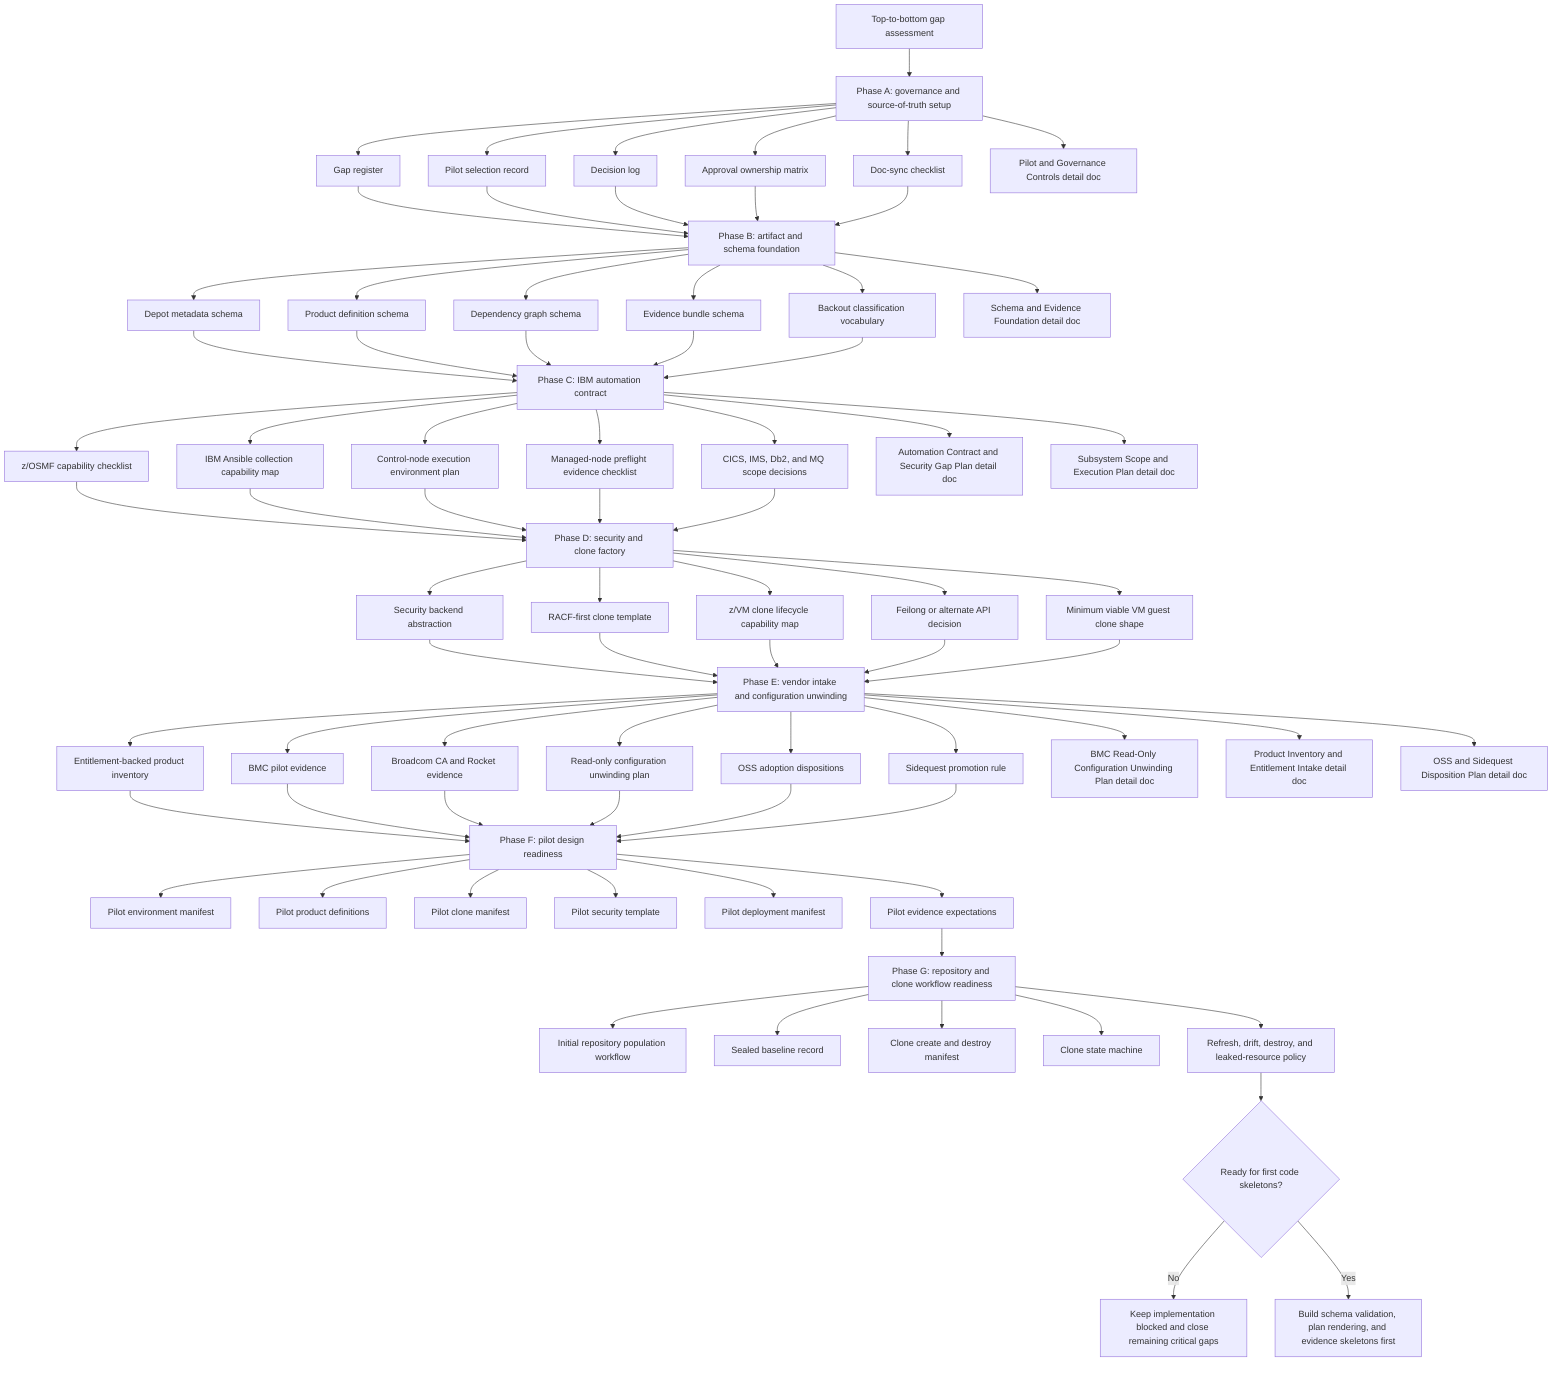
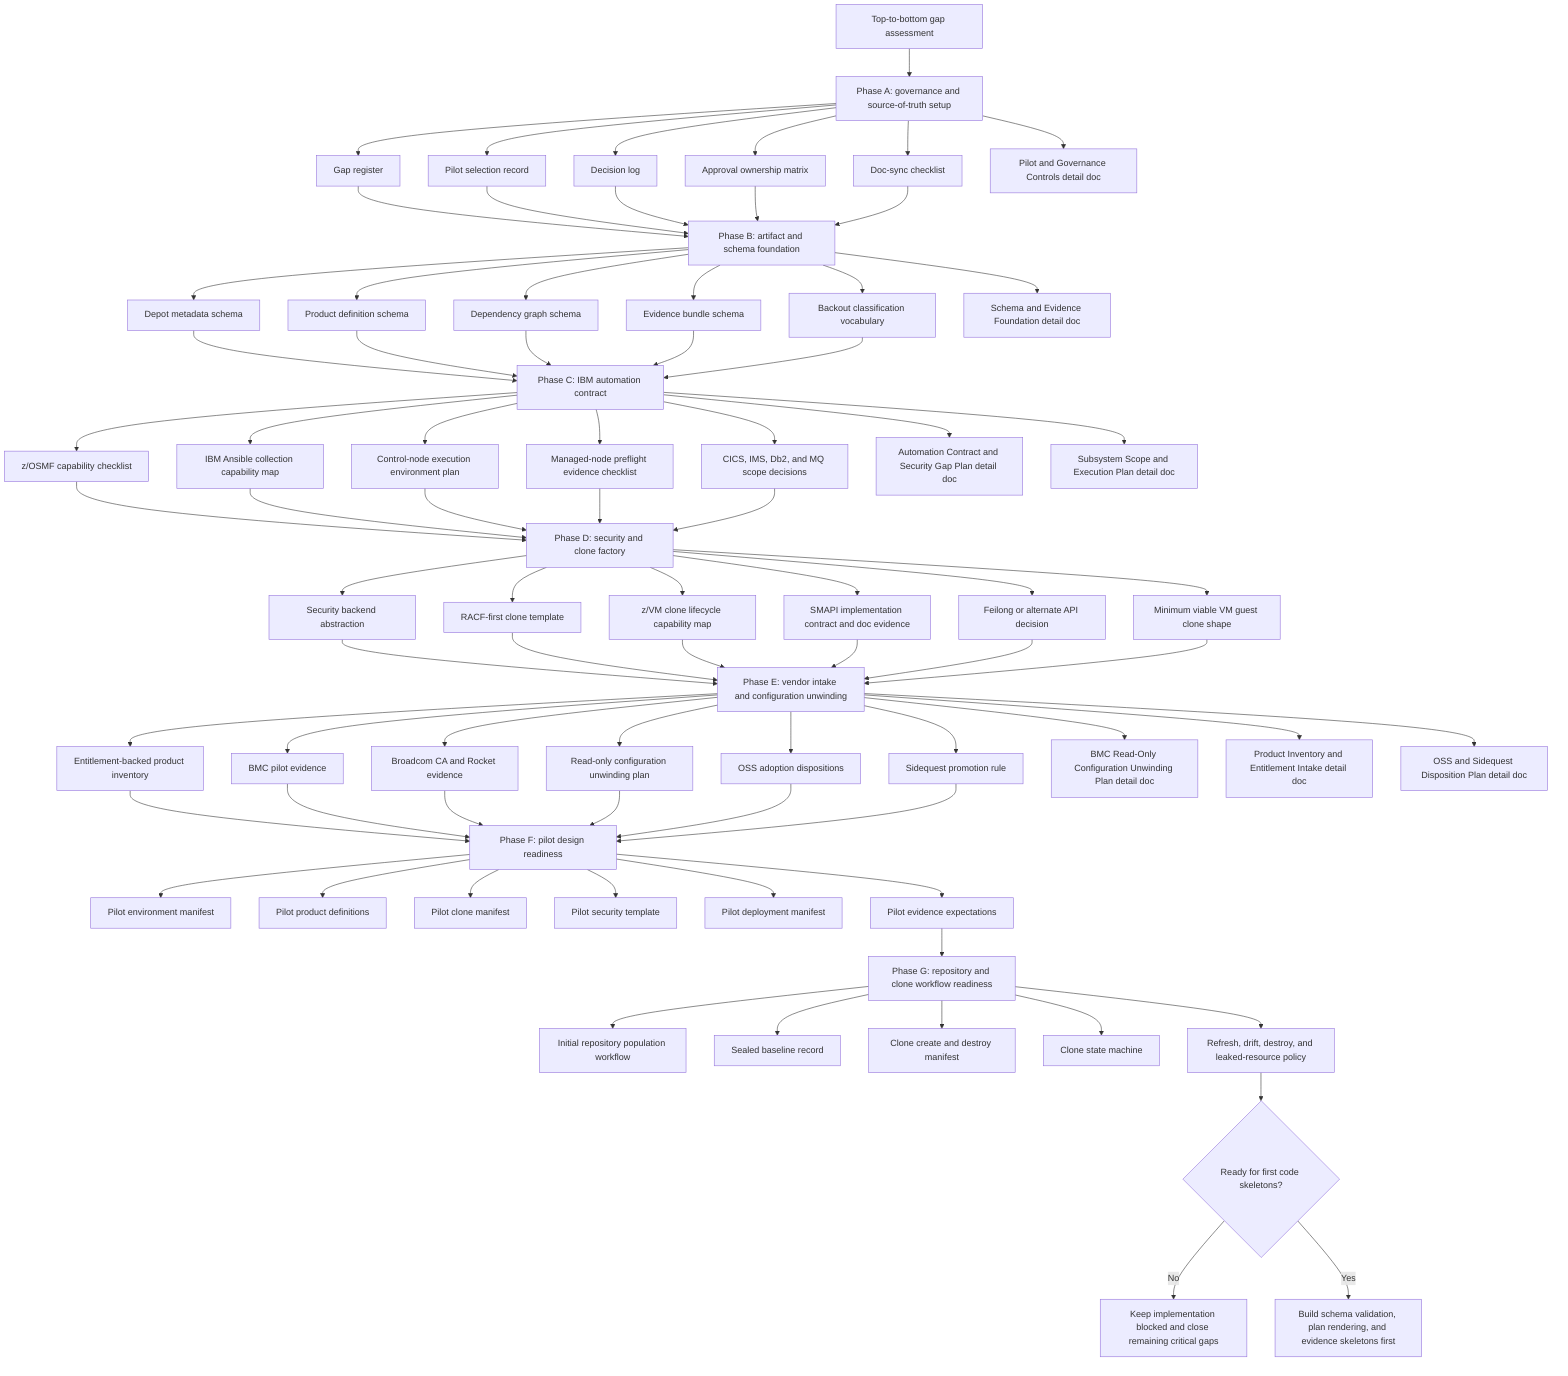
flowchart TD
    A["Top-to-bottom gap assessment"] --> B["Phase A: governance and source-of-truth setup"]
    B --> C["Gap register"]
    B --> D["Pilot selection record"]
    B --> E["Decision log"]
    B --> F["Approval ownership matrix"]
    B --> G["Doc-sync checklist"]
    B --> BA["Pilot and Governance Controls detail doc"]

    C --> H["Phase B: artifact and schema foundation"]
    D --> H
    E --> H
    F --> H
    G --> H

    H --> I["Depot metadata schema"]
    H --> J["Product definition schema"]
    H --> K["Dependency graph schema"]
    H --> L["Evidence bundle schema"]
    H --> M["Backout classification vocabulary"]
    H --> HA["Schema and Evidence Foundation detail doc"]

    I --> N["Phase C: IBM automation contract"]
    J --> N
    K --> N
    L --> N
    M --> N

    N --> O["z/OSMF capability checklist"]
    N --> P["IBM Ansible collection capability map"]
    N --> Q["Control-node execution environment plan"]
    N --> R["Managed-node preflight evidence checklist"]
    N --> S["CICS, IMS, Db2, and MQ scope decisions"]
    N --> NA["Automation Contract and Security Gap Plan detail doc"]
    N --> NB["Subsystem Scope and Execution Plan detail doc"]

    O --> T["Phase D: security and clone factory"]
    P --> T
    Q --> T
    R --> T
    S --> T

    T --> U["Security backend abstraction"]
    T --> V["RACF-first clone template"]
    T --> W["z/VM clone lifecycle capability map"]
-     T --> X["Feilong or alternate API decision"]
+     T --> X["SMAPI implementation contract and doc evidence"]
+     T --> XB["Feilong or alternate API decision"]
    T --> Y["Minimum viable VM guest clone shape"]

    U --> Z["Phase E: vendor intake and configuration unwinding"]
    V --> Z
    W --> Z
    X --> Z
+     XB --> Z
    Y --> Z

    Z --> AA["Entitlement-backed product inventory"]
    Z --> AB["BMC pilot evidence"]
    Z --> AC["Broadcom CA and Rocket evidence"]
    Z --> AD["Read-only configuration unwinding plan"]
    Z --> AE["OSS adoption dispositions"]
    Z --> AF["Sidequest promotion rule"]
    Z --> ZA["BMC Read-Only Configuration Unwinding Plan detail doc"]
    Z --> ZB["Product Inventory and Entitlement Intake detail doc"]
    Z --> ZC["OSS and Sidequest Disposition Plan detail doc"]

    AA --> AG["Phase F: pilot design readiness"]
    AB --> AG
    AC --> AG
    AD --> AG
    AE --> AG
    AF --> AG

    AG --> AH["Pilot environment manifest"]
    AG --> AI["Pilot product definitions"]
    AG --> AJ["Pilot clone manifest"]
    AG --> AK["Pilot security template"]
    AG --> AL["Pilot deployment manifest"]
    AG --> AM["Pilot evidence expectations"]
    AM --> GA["Phase G: repository and clone workflow readiness"]
    GA --> GB["Initial repository population workflow"]
    GA --> GC["Sealed baseline record"]
    GA --> GD["Clone create and destroy manifest"]
    GA --> GE["Clone state machine"]
    GA --> GF["Refresh, drift, destroy, and leaked-resource policy"]
    GF --> AN{"Ready for first code skeletons?"}
    AN -- "No" --> AO["Keep implementation blocked and close remaining critical gaps"]
    AN -- "Yes" --> AP["Build schema validation, plan rendering, and evidence skeletons first"]
